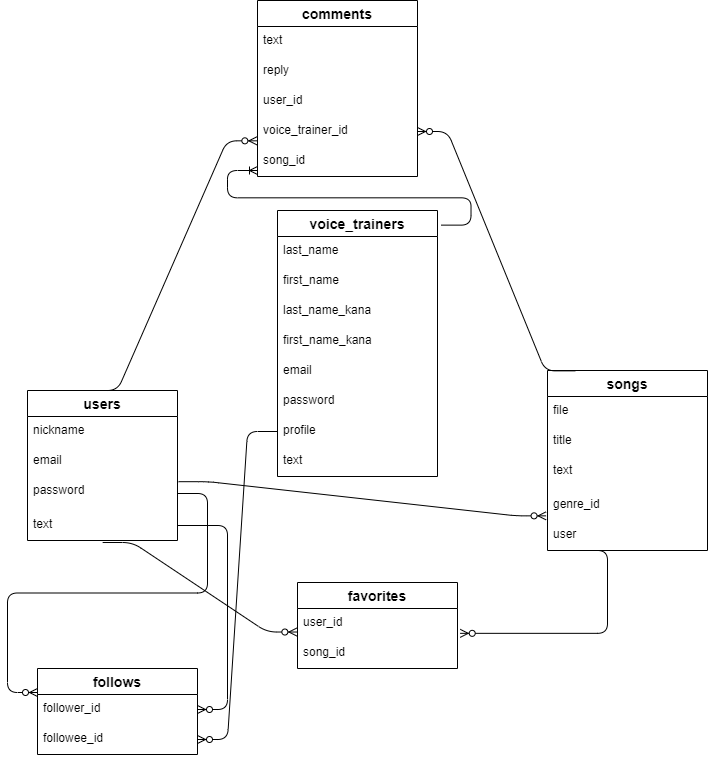
Vermouth2004/chanson keeps this draw.io diagram as db.drawio.png. Above is the earlier version. Source tidied: cells renumbered, new cells last; positions are measured from the earlier drawing's top-left corner, leaving out a move shared by most shapes.
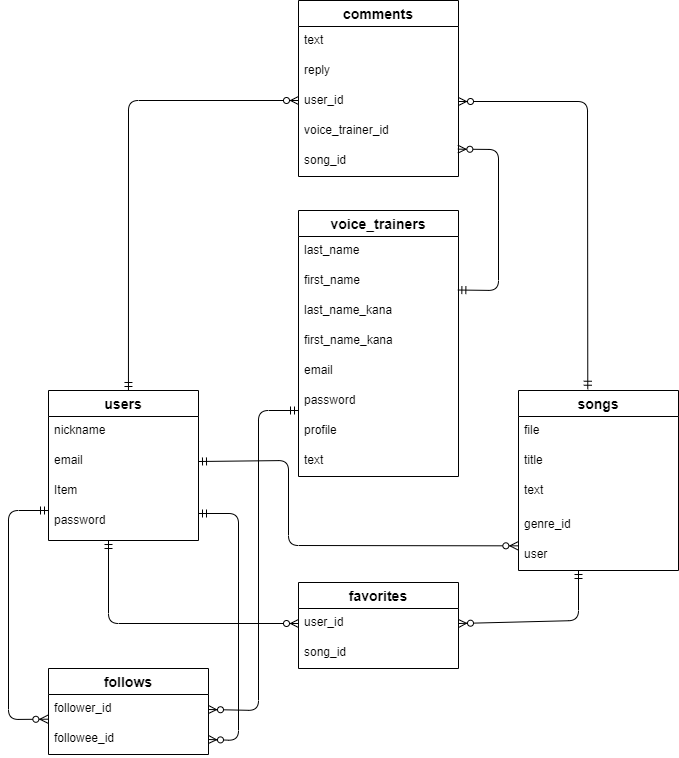
After the change.

Commit message:
ER図及び画面遷移図の修正③

Change to the diagram source:
```diff
@@ -2,23 +2,23 @@
   <root>
     <mxCell id="0" />
     <mxCell id="1" parent="0" />
-    <mxCell id="2" value="users" style="swimlane;fontStyle=1;horizontal=1;startSize=26;align=center;fontSize=14;" parent="1" vertex="1">
-      <mxGeometry y="390" width="150" height="150" as="geometry" />
-    </mxCell>
+    <mxCell id="41" value="users" style="swimlane;fontStyle=1;horizontal=1;startSize=26;align=center;fontSize=14;" parent="1" vertex="1">
+      <mxGeometry x="40" y="390" width="150" height="150" as="geometry" />
+    </mxCell>
-    <mxCell id="3" value="nickname&#10;" style="text;strokeColor=none;fillColor=none;spacingLeft=4;spacingRight=4;overflow=hidden;fontSize=12;" parent="2" vertex="1">
+    <mxCell id="3" value="nickname&#10;" style="text;strokeColor=none;fillColor=none;spacingLeft=4;spacingRight=4;overflow=hidden;fontSize=12;" parent="41" vertex="1">
       <mxGeometry y="26" width="150" height="30" as="geometry" />
     </mxCell>
-    <mxCell id="4" value="email&#10;" style="text;strokeColor=none;fillColor=none;spacingLeft=4;spacingRight=4;overflow=hidden;points=[[0,0.5],[1,0.5]];portConstraint=eastwest;fontSize=12;" parent="2" vertex="1">
+    <mxCell id="4" value="email&#10;" style="text;strokeColor=none;fillColor=none;spacingLeft=4;spacingRight=4;overflow=hidden;points=[[0,0.5],[1,0.5]];portConstraint=eastwest;fontSize=12;" parent="41" vertex="1">
       <mxGeometry y="56" width="150" height="30" as="geometry" />
     </mxCell>
+    <mxCell id="43" value="Item" style="text;strokeColor=none;fillColor=none;spacingLeft=4;spacingRight=4;overflow=hidden;fontSize=12;" parent="41" vertex="1">
+      <mxGeometry y="86" width="150" height="30" as="geometry" />
+    </mxCell>
-    <mxCell id="5" value="password&#10;&#10;&#10;&#10;&#10;" style="text;strokeColor=none;fillColor=none;spacingLeft=4;spacingRight=4;overflow=hidden;points=[[0,0.5],[1,0.5]];portConstraint=eastwest;fontSize=12;" parent="2" vertex="1">
-      <mxGeometry y="86" width="150" height="34" as="geometry" />
+    <mxCell id="5" value="password&#10;&#10;&#10;&#10;&#10;" style="text;strokeColor=none;fillColor=none;spacingLeft=4;spacingRight=4;overflow=hidden;points=[[0,0.5],[1,0.5]];portConstraint=eastwest;fontSize=12;" parent="41" vertex="1">
+      <mxGeometry y="116" width="150" height="34" as="geometry" />
     </mxCell>
-    <mxCell id="6" value="text" style="text;strokeColor=none;fillColor=none;spacingLeft=4;spacingRight=4;overflow=hidden;points=[[0,0.5],[1,0.5]];portConstraint=eastwest;fontSize=12;" parent="2" vertex="1">
-      <mxGeometry y="120" width="150" height="30" as="geometry" />
-    </mxCell>
     <mxCell id="7" value="follows" style="swimlane;fontStyle=1;horizontal=1;startSize=26;align=center;fontSize=14;" parent="1" vertex="1">
-      <mxGeometry x="10" y="668" width="160" height="86" as="geometry" />
+      <mxGeometry x="40" y="668" width="160" height="86" as="geometry" />
     </mxCell>
     <mxCell id="8" value="follower_id" style="text;strokeColor=none;fillColor=none;spacingLeft=4;spacingRight=4;overflow=hidden;points=[[0,0.5],[1,0.5]];portConstraint=eastwest;fontSize=12;" parent="7" vertex="1">
       <mxGeometry y="26" width="160" height="30" as="geometry" />
@@ -27,7 +27,7 @@
       <mxGeometry y="56" width="160" height="30" as="geometry" />
     </mxCell>
     <mxCell id="10" value="songs" style="swimlane;fontStyle=1;horizontal=1;startSize=26;align=center;fontSize=14;" parent="1" vertex="1">
-      <mxGeometry x="520" y="370" width="160" height="180" as="geometry" />
+      <mxGeometry x="510" y="390" width="160" height="180" as="geometry" />
     </mxCell>
     <mxCell id="11" value="file" style="text;strokeColor=none;fillColor=none;spacingLeft=4;spacingRight=4;overflow=hidden;fontSize=12;" parent="10" vertex="1">
       <mxGeometry y="26" width="160" height="30" as="geometry" />
@@ -45,7 +45,7 @@
       <mxGeometry y="150" width="160" height="30" as="geometry" />
     </mxCell>
     <mxCell id="16" value="favorites" style="swimlane;fontStyle=1;horizontal=1;startSize=26;align=center;fontSize=14;" parent="1" vertex="1">
-      <mxGeometry x="270" y="582" width="160" height="86" as="geometry" />
+      <mxGeometry x="290" y="582" width="160" height="86" as="geometry" />
     </mxCell>
     <mxCell id="17" value="user_id" style="text;strokeColor=none;fillColor=none;spacingLeft=4;spacingRight=4;overflow=hidden;points=[[0,0.5],[1,0.5]];portConstraint=eastwest;fontSize=12;" parent="16" vertex="1">
       <mxGeometry y="26" width="160" height="30" as="geometry" />
@@ -54,7 +54,7 @@
       <mxGeometry y="56" width="160" height="30" as="geometry" />
     </mxCell>
     <mxCell id="19" value="voice_trainers" style="swimlane;fontStyle=1;horizontal=1;startSize=26;align=center;fontSize=14;" parent="1" vertex="1">
-      <mxGeometry x="250" y="210" width="160" height="266" as="geometry" />
+      <mxGeometry x="290" y="210" width="160" height="266" as="geometry" />
     </mxCell>
     <mxCell id="20" value="last_name" style="text;strokeColor=none;fillColor=none;spacingLeft=4;spacingRight=4;overflow=hidden;fontSize=12;" parent="19" vertex="1">
       <mxGeometry y="26" width="160" height="30" as="geometry" />
@@ -81,7 +81,7 @@
       <mxGeometry y="236" width="160" height="30" as="geometry" />
     </mxCell>
     <mxCell id="28" value="comments" style="swimlane;fontStyle=1;horizontal=1;startSize=26;align=center;fontSize=14;" parent="1" vertex="1">
-      <mxGeometry x="230" width="160" height="176" as="geometry" />
+      <mxGeometry x="290" width="160" height="176" as="geometry" />
     </mxCell>
     <mxCell id="29" value="text                                                    " style="text;strokeColor=none;fillColor=none;spacingLeft=4;spacingRight=4;overflow=hidden;fontSize=12;" parent="28" vertex="1">
       <mxGeometry y="26" width="160" height="30" as="geometry" />
@@ -98,38 +98,79 @@
     <mxCell id="33" value="song_id" style="text;strokeColor=none;fillColor=none;spacingLeft=4;spacingRight=4;overflow=hidden;points=[[0,0.5],[1,0.5]];portConstraint=eastwest;fontSize=12;" parent="28" vertex="1">
       <mxGeometry y="146" width="160" height="30" as="geometry" />
     </mxCell>
-    <mxCell id="34" style="edgeStyle=entityRelationEdgeStyle;fontSize=12;html=1;endArrow=ERzeroToMany;endFill=1;exitX=1;exitY=0.5;exitDx=0;exitDy=0;" parent="1" edge="1" source="6" target="8">
-      <mxGeometry relative="1" as="geometry" />
-    </mxCell>
-    <mxCell id="35" style="edgeStyle=entityRelationEdgeStyle;fontSize=12;html=1;endArrow=ERzeroToMany;endFill=1;exitX=1;exitY=0.5;exitDx=0;exitDy=0;" parent="1" edge="1" source="5">
-      <mxGeometry relative="1" as="geometry">
-        <mxPoint x="10" y="692" as="targetPoint" />
-      </mxGeometry>
-    </mxCell>
-    <mxCell id="36" style="edgeStyle=entityRelationEdgeStyle;fontSize=12;html=1;endArrow=ERzeroToMany;endFill=1;entryX=-0.004;entryY=0.784;entryDx=0;entryDy=0;entryPerimeter=0;exitX=0.501;exitY=1.067;exitDx=0;exitDy=0;exitPerimeter=0;" parent="1" edge="1" source="6" target="17">
-      <mxGeometry relative="1" as="geometry" />
-    </mxCell>
-    <mxCell id="37" style="edgeStyle=entityRelationEdgeStyle;fontSize=12;html=1;endArrow=ERzeroToMany;endFill=1;exitX=0.4;exitY=0;exitDx=0;exitDy=0;exitPerimeter=0;entryX=-0.004;entryY=0.811;entryDx=0;entryDy=0;entryPerimeter=0;" parent="1" edge="1" source="2" target="32">
-      <mxGeometry relative="1" as="geometry" />
-    </mxCell>
-    <mxCell id="38" style="edgeStyle=entityRelationEdgeStyle;fontSize=12;html=1;endArrow=ERzeroToMany;endFill=1;exitX=0.173;exitY=0.002;exitDx=0;exitDy=0;exitPerimeter=0;" parent="1" edge="1" source="10" target="32">
-      <mxGeometry relative="1" as="geometry" />
-    </mxCell>
-    <mxCell id="39" style="edgeStyle=entityRelationEdgeStyle;fontSize=12;html=1;endArrow=ERoneToMany;exitX=1.022;exitY=0.055;exitDx=0;exitDy=0;exitPerimeter=0;" parent="1" edge="1" source="19">
-      <mxGeometry relative="1" as="geometry">
-        <mxPoint x="230" y="170" as="targetPoint" />
-      </mxGeometry>
-    </mxCell>
-    <mxCell id="40" style="edgeStyle=entityRelationEdgeStyle;fontSize=12;html=1;endArrow=ERzeroToMany;endFill=1;" parent="1" edge="1" source="26" target="9">
-      <mxGeometry relative="1" as="geometry" />
-    </mxCell>
-    <mxCell id="41" style="edgeStyle=entityRelationEdgeStyle;fontSize=12;html=1;endArrow=ERzeroToMany;endFill=1;exitX=1.007;exitY=1.173;exitDx=0;exitDy=0;exitPerimeter=0;entryX=-0.009;entryY=-0.155;entryDx=0;entryDy=0;entryPerimeter=0;" parent="1" edge="1" source="4" target="15">
-      <mxGeometry relative="1" as="geometry" />
-    </mxCell>
-    <mxCell id="42" style="edgeStyle=entityRelationEdgeStyle;fontSize=12;html=1;endArrow=ERzeroToMany;endFill=1;entryX=1.017;entryY=0.828;entryDx=0;entryDy=0;entryPerimeter=0;" parent="1" edge="1" target="17">
-      <mxGeometry relative="1" as="geometry">
-        <mxPoint x="550" y="550" as="sourcePoint" />
-      </mxGeometry>
-    </mxCell>
+    <mxCell id="44" style="fontSize=12;html=1;endArrow=ERzeroToMany;startArrow=ERmandOne;exitX=0.996;exitY=0.784;exitDx=0;exitDy=0;exitPerimeter=0;entryX=0.996;entryY=0.089;entryDx=0;entryDy=0;entryPerimeter=0;" parent="1" edge="1" source="21" target="33">
+      <mxGeometry relative="1" as="geometry">
+        <Array as="points">
+          <mxPoint x="490" y="290" />
+          <mxPoint x="490" y="149" />
+        </Array>
+      </mxGeometry>
+    </mxCell>
+    <mxCell id="45" style="fontSize=12;html=1;endArrow=ERzeroToMany;startArrow=ERmandOne;exitX=1;exitY=0.5;exitDx=0;exitDy=0;entryX=-0.004;entryY=0.178;entryDx=0;entryDy=0;entryPerimeter=0;" parent="1" edge="1" source="4" target="15">
+      <mxGeometry relative="1" as="geometry">
+        <Array as="points">
+          <mxPoint x="280" y="460" />
+          <mxPoint x="280" y="545" />
+        </Array>
+      </mxGeometry>
+    </mxCell>
+    <mxCell id="46" style="fontSize=12;html=1;endArrow=ERzeroToMany;startArrow=ERmandOne;entryX=0;entryY=0.5;entryDx=0;entryDy=0;" parent="1" edge="1" target="17">
+      <mxGeometry relative="1" as="geometry">
+        <mxPoint x="100" y="540" as="sourcePoint" />
+        <Array as="points">
+          <mxPoint x="100" y="623" />
+        </Array>
+      </mxGeometry>
+    </mxCell>
+    <mxCell id="47" style="fontSize=12;html=1;endArrow=ERzeroToMany;startArrow=ERmandOne;entryX=1;entryY=0.5;entryDx=0;entryDy=0;" parent="1" edge="1" target="17">
+      <mxGeometry relative="1" as="geometry">
+        <mxPoint x="570" y="570" as="sourcePoint" />
+        <Array as="points">
+          <mxPoint x="570" y="620" />
+        </Array>
+      </mxGeometry>
+    </mxCell>
+    <mxCell id="48" style="fontSize=12;html=1;endArrow=ERzeroToMany;startArrow=ERmandOne;entryX=-0.004;entryY=0.823;entryDx=0;entryDy=0;entryPerimeter=0;" parent="1" edge="1" target="8">
+      <mxGeometry relative="1" as="geometry">
+        <mxPoint x="40" y="510" as="sourcePoint" />
+        <Array as="points">
+          <mxPoint y="510" />
+          <mxPoint y="719" />
+        </Array>
+      </mxGeometry>
+    </mxCell>
+    <mxCell id="49" style="fontSize=12;html=1;endArrow=ERzeroToMany;startArrow=ERmandOne;entryX=1;entryY=0.5;entryDx=0;entryDy=0;" parent="1" edge="1" target="9">
+      <mxGeometry relative="1" as="geometry">
+        <mxPoint x="190" y="513" as="sourcePoint" />
+        <Array as="points">
+          <mxPoint x="230" y="513" />
+          <mxPoint x="230" y="740" />
+        </Array>
+      </mxGeometry>
+    </mxCell>
+    <mxCell id="50" style="fontSize=12;html=1;endArrow=ERzeroToMany;startArrow=ERmandOne;entryX=1;entryY=0.5;entryDx=0;entryDy=0;" parent="1" edge="1" target="8">
+      <mxGeometry relative="1" as="geometry">
+        <mxPoint x="290" y="410" as="sourcePoint" />
+        <Array as="points">
+          <mxPoint x="250" y="410" />
+          <mxPoint x="250" y="710" />
+        </Array>
+      </mxGeometry>
+    </mxCell>
+    <mxCell id="51" style="fontSize=12;html=1;endArrow=ERzeroToMany;startArrow=ERmandOne;exitX=0.433;exitY=-0.007;exitDx=0;exitDy=0;exitPerimeter=0;entryX=1;entryY=0.5;entryDx=0;entryDy=0;" parent="1" edge="1" source="10" target="31">
+      <mxGeometry relative="1" as="geometry">
+        <Array as="points">
+          <mxPoint x="579" y="101" />
+        </Array>
+      </mxGeometry>
+    </mxCell>
+    <mxCell id="52" style="fontSize=12;html=1;endArrow=ERzeroToMany;startArrow=ERmandOne;exitX=0.533;exitY=0;exitDx=0;exitDy=0;exitPerimeter=0;" parent="1" edge="1" source="41">
+      <mxGeometry relative="1" as="geometry">
+        <mxPoint x="290" y="100" as="targetPoint" />
+        <Array as="points">
+          <mxPoint x="120" y="100" />
+        </Array>
+      </mxGeometry>
+    </mxCell>
   </root>
 </mxGraphModel>
```
